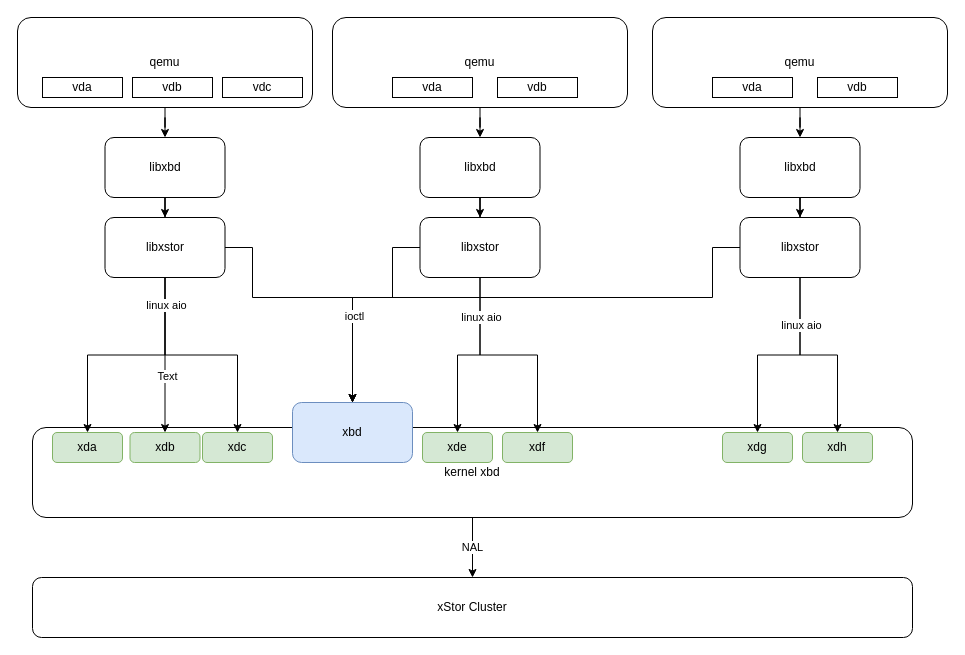
Above: Untitled Diagram.drawio in zhuxibrian/drawio (draw.io), before the change. Source tidied: cells renumbered, new cells numbered last; positions are measured from the earlier drawing's top-left corner, leaving out a move shared by most shapes. Both pictures are drawn from the tidied source at 100%, with x=0, y=0 at pixel (17, 17).
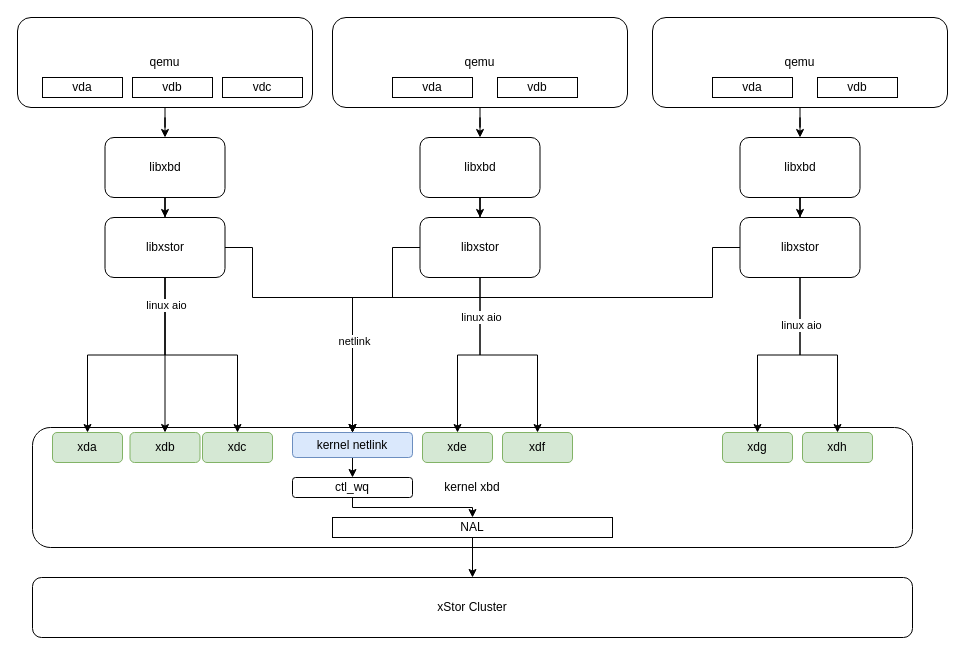
Above is the later version.

Unchanged cells that the change refers to:
```xml
<mxCell id="22" style="edgeStyle=orthogonalEdgeStyle;rounded=0;jettySize=auto;html=1;exitX=0.5;exitY=1;exitDx=0;exitDy=0;entryX=0.5;entryY=0;entryDx=0;entryDy=0;" parent="1" edge="1" source="10" target="16">
  <mxGeometry relative="1" as="geometry">
    <Array as="points">
      <mxPoint x="148" y="415" />
    </Array>
  </mxGeometry>
</mxCell>
<mxCell id="43" style="edgeStyle=orthogonalEdgeStyle;rounded=0;jettySize=auto;html=1;exitX=0;exitY=0.5;exitDx=0;exitDy=0;entryX=0.5;entryY=0;entryDx=0;entryDy=0;" parent="1" edge="1" source="45" target="48">
  <mxGeometry relative="1" as="geometry">
    <Array as="points">
      <mxPoint x="695" y="230" />
      <mxPoint x="695" y="280" />
      <mxPoint x="335" y="280" />
    </Array>
  </mxGeometry>
</mxCell>
<mxCell id="49" value="xStor Cluster" style="rounded=1;whiteSpace=wrap;html=1;" parent="1" vertex="1">
  <mxGeometry x="15" y="560" width="880" height="60" as="geometry" />
</mxCell>
```

The edit, as a diff of the source:
```diff
@@
     <mxCell id="2" value="kernel xbd" style="rounded=1;whiteSpace=wrap;html=1;" parent="1" vertex="1">
-      <mxGeometry x="15" y="410" width="880" height="90" as="geometry" />
+      <mxGeometry x="15" y="410" width="880" height="120" as="geometry" />
     </mxCell>
@@
-    <mxCell id="14" value="NAL" style="edgeStyle=orthogonalEdgeStyle;rounded=0;jettySize=auto;html=1;exitX=0.5;exitY=1;exitDx=0;exitDy=0;entryX=0.5;entryY=0;entryDx=0;entryDy=0;" parent="1" edge="1" source="2" target="49">
-      <mxGeometry relative="1" as="geometry" />
-    </mxCell>
@@
-    <mxCell id="23" value="Text" style="edgeLabel;html=1;align=center;verticalAlign=middle;" parent="22" vertex="1">
-      <mxGeometry x="0.26" y="2" relative="1" as="geometry" />
-    </mxCell>
@@
-    <mxCell id="44" value="ioctl" style="edgeLabel;html=1;align=center;verticalAlign=middle;" parent="43" vertex="1">
+    <mxCell id="44" value="netlink" style="edgeLabel;html=1;align=center;verticalAlign=middle;" parent="43" vertex="1">
       <mxGeometry x="0.68" y="1" relative="1" as="geometry" />
     </mxCell>
@@
+    <mxCell id="50" style="edgeStyle=orthogonalEdgeStyle;rounded=0;jettySize=auto;html=1;exitX=0.5;exitY=1;exitDx=0;exitDy=0;entryX=0.5;entryY=0;entryDx=0;entryDy=0;" parent="1" edge="1" source="48" target="52">
+      <mxGeometry relative="1" as="geometry" />
+    </mxCell>
-    <mxCell id="48" value="xbd" style="rounded=1;whiteSpace=wrap;html=1;fillColor=#dae8fc;strokeColor=#6c8ebf;" parent="1" vertex="1">
-      <mxGeometry x="275" y="385" width="120" height="60" as="geometry" />
+    <mxCell id="48" value="kernel netlink" style="rounded=1;whiteSpace=wrap;html=1;fillColor=#dae8fc;strokeColor=#6c8ebf;" parent="1" vertex="1">
+      <mxGeometry x="275" y="415" width="120" height="25" as="geometry" />
     </mxCell>
@@
+    <mxCell id="51" style="edgeStyle=orthogonalEdgeStyle;rounded=0;jettySize=auto;html=1;exitX=0.5;exitY=1;exitDx=0;exitDy=0;entryX=0.5;entryY=0;entryDx=0;entryDy=0;" parent="1" edge="1" source="52" target="14">
+      <mxGeometry relative="1" as="geometry">
+        <Array as="points">
+          <mxPoint x="335" y="490" />
+          <mxPoint x="455" y="490" />
+        </Array>
+      </mxGeometry>
+    </mxCell>
+    <mxCell id="52" value="ctl_wq" style="rounded=1;whiteSpace=wrap;html=1;" parent="1" vertex="1">
+      <mxGeometry x="275" y="460" width="120" height="20" as="geometry" />
+    </mxCell>
+    <mxCell id="53" style="edgeStyle=orthogonalEdgeStyle;rounded=0;jettySize=auto;html=1;exitX=0.5;exitY=1;exitDx=0;exitDy=0;entryX=0.5;entryY=0;entryDx=0;entryDy=0;" parent="1" edge="1" source="14" target="49">
+      <mxGeometry relative="1" as="geometry" />
+    </mxCell>
+    <mxCell id="14" value="NAL" style="rounded=0;whiteSpace=wrap;html=1;" parent="1" vertex="1">
+      <mxGeometry x="315" y="500" width="280" height="20" as="geometry" />
+    </mxCell>
```
